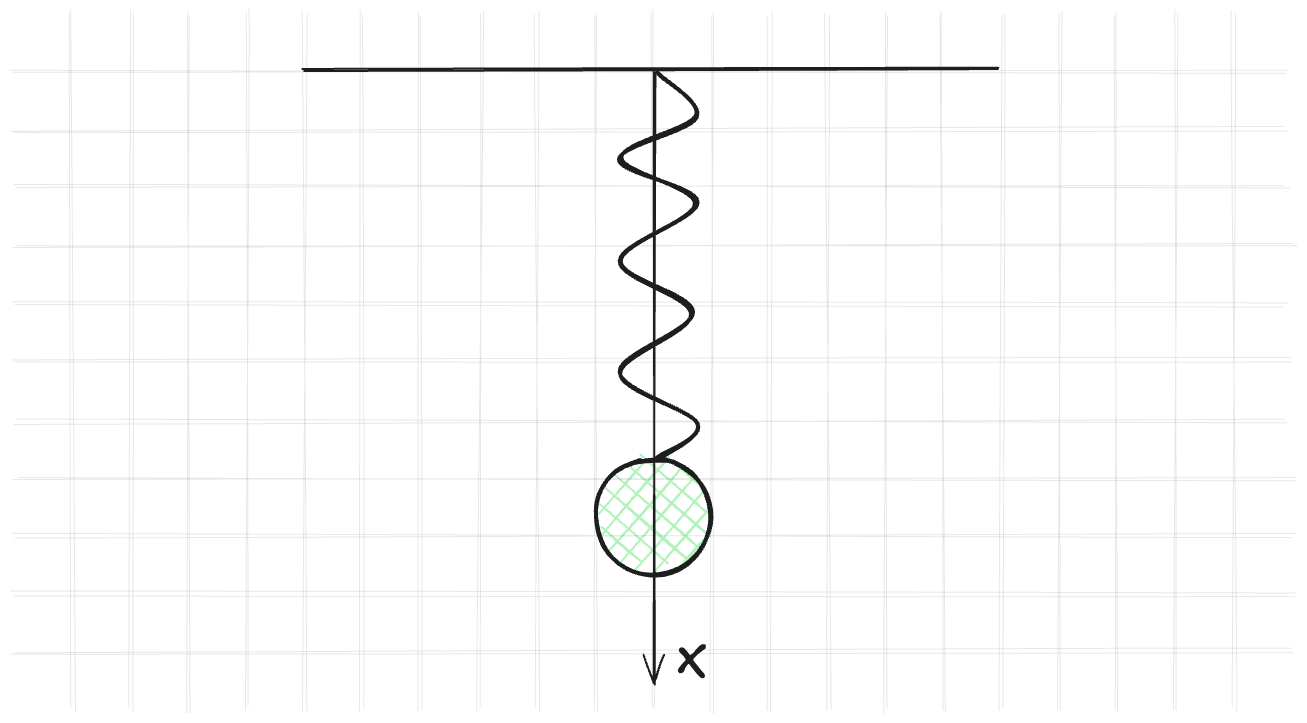
Earlier version of the Excalidraw export assets/pictures/numerical_method/spring.excalidraw.png (kozakromch/game_physics). Source tidied: one line per element, renumbered; positions are measured from the earlier drawing's top-left corner, leaving out a move shared by most shapes.
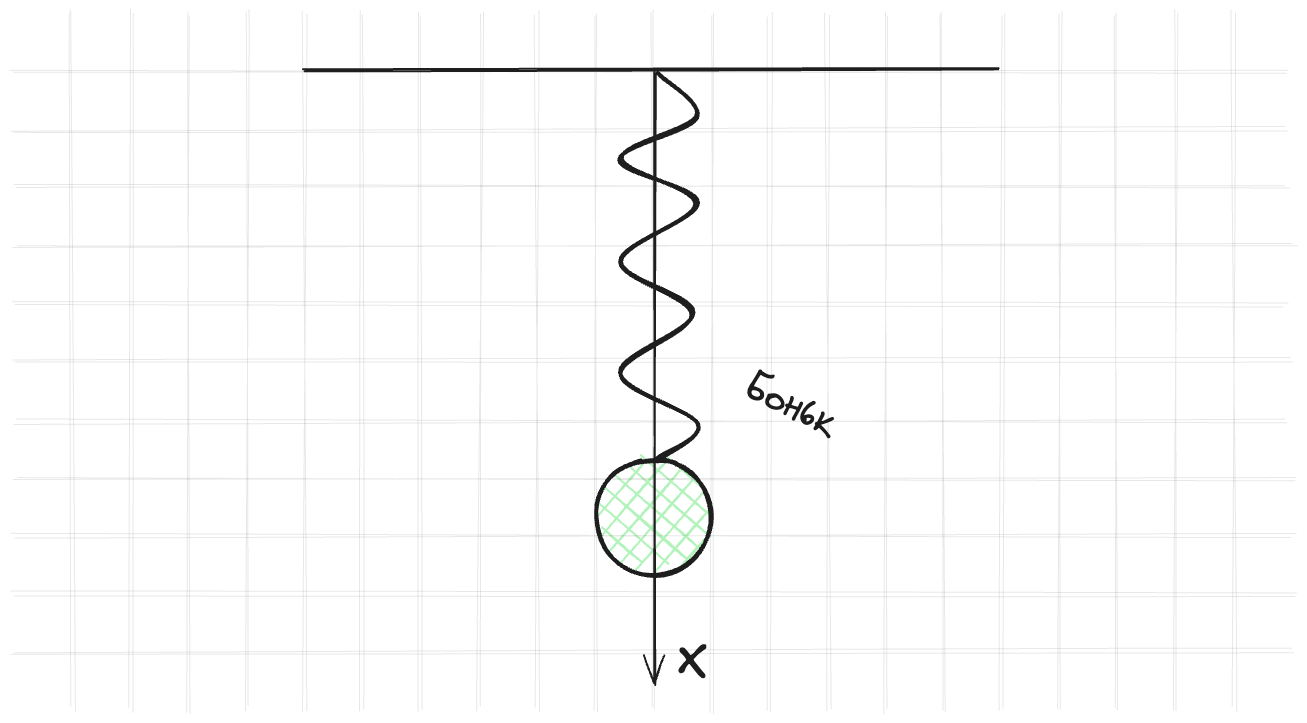
Later version of the same file.

What changed in the source:
```diff
@@ -1,4 +1,4 @@
-{"id": 0, "type": "line", "strokeColor": "#1e1e1e", "strokeWidth": 2, "roughness": 1, "round": true, "x": 579, "y": 2, "width": 694, "height": 2, "points": [[0, 0], [694, -2]]}
+{"id": 0, "type": "line", "strokeColor": "#1e1e1e", "strokeWidth": 2, "roughness": 1, "round": true, "x": 580, "y": 2, "width": 694, "height": 2, "points": [[0, 0], [694, -2]]}
 {"id": 1, "type": "ellipse", "strokeColor": "#1e1e1e", "backgroundColor": "#b2f2bb", "fillStyle": "cross-hatch", "strokeWidth": 4, "roughness": 1, "round": true, "x": 872, "y": 391, "width": 115, "height": 116}
 {"id": 2, "type": "line", "strokeColor": "#1e1e1e", "strokeWidth": 1, "roughness": 2, "opacity": 10, "round": true, "x": 290, "y": 3, "width": 1272, "height": 0, "points": [[0, 0], [1272, 0]]}
 {"id": 3, "type": "line", "strokeColor": "#1e1e1e", "strokeWidth": 1, "roughness": 2, "opacity": 10, "round": true, "x": 290, "y": 352, "width": 1272, "height": 0, "points": [[0, 0], [1272, 0]]}
@@ -13,16 +13,16 @@
 {"id": 12, "type": "line", "strokeColor": "#1e1e1e", "strokeWidth": 1, "roughness": 2, "opacity": 10, "round": true, "x": 291, "y": 293, "width": 1277, "height": 0, "points": [[0, 0], [1277, 0]]}
 {"id": 13, "type": "line", "strokeColor": "#1e1e1e", "angle": 1.57, "strokeWidth": 1, "roughness": 2, "opacity": 10, "round": true, "x": 581, "y": 292, "width": 696, "height": 0, "points": [[0, 0], [696, 0]]}
 {"id": 14, "type": "line", "strokeColor": "#1e1e1e", "angle": 1.57, "strokeWidth": 1, "roughness": 2, "opacity": 10, "round": true, "x": 233, "y": 293, "width": 696, "height": 0, "points": [[0, 0], [696, 0]]}
-{"id": 15, "type": "line", "strokeColor": "#1e1e1e", "angle": 1.57, "strokeWidth": 1, "roughness": 2, "opacity": 10, "round": true, "x": 523, "y": 293, "width": 697, "height": 0, "points": [[0, 0], [697, 0]]}
+{"id": 15, "type": "line", "strokeColor": "#1e1e1e", "angle": 1.57, "strokeWidth": 1, "roughness": 2, "opacity": 10, "round": true, "x": 523, "y": 294, "width": 697, "height": 0, "points": [[0, 0], [697, 0]]}
 {"id": 16, "type": "line", "strokeColor": "#1e1e1e", "angle": 1.57, "strokeWidth": 1, "roughness": 2, "opacity": 10, "round": true, "x": 174, "y": 293, "width": 697, "height": 0, "points": [[0, 0], [697, 0]]}
 {"id": 17, "type": "line", "strokeColor": "#1e1e1e", "angle": 1.57, "strokeWidth": 1, "roughness": 2, "opacity": 10, "round": true, "x": 465, "y": 293, "width": 697, "height": 0, "points": [[0, 0], [697, 0]]}
 {"id": 18, "type": "line", "strokeColor": "#1e1e1e", "angle": 1.57, "strokeWidth": 1, "roughness": 2, "opacity": 10, "round": true, "x": 116, "y": 294, "width": 697, "height": 0, "points": [[0, 0], [697, 0]]}
 {"id": 19, "type": "line", "strokeColor": "#1e1e1e", "angle": 1.57, "strokeWidth": 1, "roughness": 2, "opacity": 10, "round": true, "x": 406, "y": 293, "width": 697, "height": 0, "points": [[0, 0], [697, 0]]}
 {"id": 20, "type": "line", "strokeColor": "#1e1e1e", "angle": 1.57, "strokeWidth": 1, "roughness": 2, "opacity": 10, "round": true, "x": 58, "y": 293, "width": 697, "height": 0, "points": [[0, 0], [697, 0]]}
-{"id": 21, "type": "line", "strokeColor": "#1e1e1e", "angle": 1.57, "strokeWidth": 1, "roughness": 2, "opacity": 10, "round": true, "x": 349, "y": 293, "width": 697, "height": 0, "points": [[0, 0], [697, 0]]}
+{"id": 21, "type": "line", "strokeColor": "#1e1e1e", "angle": 1.57, "strokeWidth": 1, "roughness": 2, "opacity": 10, "round": true, "x": 349, "y": 294, "width": 697, "height": 0, "points": [[0, 0], [697, 0]]}
 {"id": 22, "type": "line", "strokeColor": "#1e1e1e", "angle": 1.57, "strokeWidth": 1, "roughness": 2, "opacity": 10, "round": true, "x": 0, "y": 293, "width": 697, "height": 0, "points": [[0, 0], [697, 0]]}
-{"id": 23, "type": "line", "strokeColor": "#1e1e1e", "angle": 1.57, "strokeWidth": 1, "roughness": 2, "opacity": 10, "round": true, "x": 290, "y": 293, "width": 696, "height": 0, "points": [[0, 0], [696, 0]]}
+{"id": 23, "type": "line", "strokeColor": "#1e1e1e", "angle": 1.57, "strokeWidth": 1, "roughness": 2, "opacity": 10, "round": true, "x": 291, "y": 293, "width": 696, "height": 0, "points": [[0, 0], [696, 0]]}
-{"id": 24, "type": "line", "strokeColor": "#1e1e1e", "angle": 1.57, "strokeWidth": 1, "roughness": 2, "opacity": 10, "round": true, "x": 639, "y": 293, "width": 697, "height": 0, "points": [[0, 0], [697, 0]]}
+{"id": 24, "type": "line", "strokeColor": "#1e1e1e", "angle": 1.57, "strokeWidth": 1, "roughness": 2, "opacity": 10, "round": true, "x": 639, "y": 294, "width": 697, "height": 0, "points": [[0, 0], [697, 0]]}
 {"id": 25, "type": "line", "strokeColor": "#1e1e1e", "angle": 1.57, "strokeWidth": 1, "roughness": 2, "opacity": 10, "round": true, "x": 929, "y": 294, "width": 696, "height": 0, "points": [[0, 0], [696, 0]]}
 {"id": 26, "type": "line", "strokeColor": "#1e1e1e", "angle": 1.57, "strokeWidth": 1, "roughness": 2, "opacity": 10, "round": true, "x": 871, "y": 294, "width": 697, "height": 0, "points": [[0, 0], [697, 0]]}
 {"id": 27, "type": "line", "strokeColor": "#1e1e1e", "angle": 1.57, "strokeWidth": 1, "roughness": 2, "opacity": 10, "round": true, "x": 1161, "y": 294, "width": 697, "height": 0, "points": [[0, 0], [697, 0]]}
@@ -32,6 +32,7 @@
 {"id": 31, "type": "line", "strokeColor": "#1e1e1e", "angle": 1.57, "strokeWidth": 1, "roughness": 2, "opacity": 10, "round": true, "x": 1045, "y": 294, "width": 697, "height": 0, "points": [[0, 0], [697, 0]]}
 {"id": 32, "type": "line", "strokeColor": "#1e1e1e", "angle": 1.57, "strokeWidth": 1, "roughness": 2, "opacity": 10, "round": true, "x": 697, "y": 294, "width": 697, "height": 0, "points": [[0, 0], [697, 0]]}
 {"id": 33, "type": "line", "strokeColor": "#1e1e1e", "angle": 1.57, "strokeWidth": 1, "roughness": 2, "opacity": 10, "round": true, "x": 987, "y": 294, "width": 696, "height": 0, "points": [[0, 0], [696, 0]]}
-{"id": 34, "type": "line", "strokeColor": "#1e1e1e", "strokeWidth": 4, "roughness": 1, "round": true, "x": 934, "y": 5, "width": 77, "height": 384, "points": [[0, 0], [38, 43], [-38, 85], [38, 128], [-38, 188], [35, 239], [-38, 299], [38, 350], [0, 384]]}
+{"id": 34, "type": "line", "strokeColor": "#1e1e1e", "strokeWidth": 4, "roughness": 1, "round": true, "x": 935, "y": 6, "width": 77, "height": 384, "points": [[0, 0], [38, 43], [-38, 85], [38, 128], [-38, 188], [35, 239], [-38, 299], [38, 350], [0, 384]]}
-{"id": 35, "type": "arrow", "strokeColor": "#1e1e1e", "strokeWidth": 2, "roughness": 1, "endArrowhead": "arrow", "round": true, "x": 931, "y": 3, "width": 0, "height": 612, "points": [[0, 0], [0, 612]]}
+{"id": 35, "type": "arrow", "strokeColor": "#1e1e1e", "strokeWidth": 2, "roughness": 1, "endArrowhead": "arrow", "round": true, "x": 931, "y": 4, "width": 0, "height": 612, "points": [[0, 0], [0, 612]]}
 {"id": 36, "type": "text", "text": "X", "strokeColor": "#1e1e1e", "strokeWidth": 2, "roughness": 1, "fontSize": 48.45, "fontFamily": 1, "x": 954, "y": 562, "width": 29, "height": 61}
+{"id": 37, "type": "text", "text": "Боньк", "strokeColor": "#1e1e1e", "angle": 0.46, "strokeWidth": 2, "roughness": 1, "fontSize": 38.3, "fontFamily": 1, "x": 1020, "y": 315, "width": 96, "height": 48}
```
